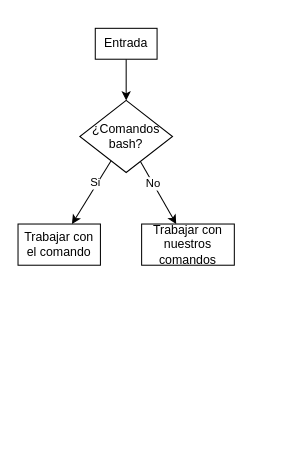
This is diagrams.drawio from alejocp00/Shell, a draw.io file, before an edit. Source tidied: cells renumbered, new cells numbered last; positions are measured from the earlier drawing's top-left corner, leaving out a move shared by most shapes. Both pictures are drawn from the tidied source at 103%, with x=0, y=0 at pixel (18, 28).
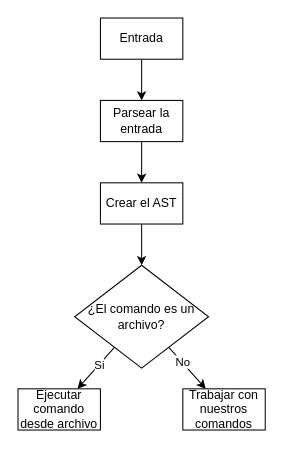
After the change.

Commit message:
Puesto el AST en el flujo

Diff of the diagram source:
```diff
@@
 <mxGraphModel>
   <root>
     <mxCell id="0" />
     <mxCell id="1" parent="0" />
-    <mxCell id="2" style="edgeStyle=none;html=1;" parent="1" edge="1" source="3" target="8">
+    <mxCell id="2" style="edgeStyle=none;html=1;" parent="1" edge="1" source="3" target="12">
       <mxGeometry relative="1" as="geometry" />
     </mxCell>
     <mxCell id="3" value="Entrada" style="rounded=0;whiteSpace=wrap;html=1;" parent="1" vertex="1">
-      <mxGeometry x="75" width="60" height="30" as="geometry" />
+      <mxGeometry x="80" y="-10" width="80" height="40" as="geometry" />
     </mxCell>
     <mxCell id="4" style="edgeStyle=none;html=1;" parent="1" edge="1" source="8" target="9">
       <mxGeometry relative="1" as="geometry" />
     </mxCell>
     <mxCell id="5" value="Si" style="edgeLabel;html=1;align=center;verticalAlign=middle;" parent="4" vertex="1">
       <mxGeometry x="-0.49" relative="1" as="geometry">
         <mxPoint x="-6" y="6" as="offset" />
       </mxGeometry>
     </mxCell>
     <mxCell id="6" style="edgeStyle=none;html=1;" parent="1" edge="1" source="8" target="10">
       <mxGeometry relative="1" as="geometry" />
     </mxCell>
     <mxCell id="7" value="No" style="edgeLabel;html=1;align=center;verticalAlign=middle;" parent="6" vertex="1">
       <mxGeometry x="-0.3" relative="1" as="geometry" />
     </mxCell>
-    <mxCell id="8" value="¿Comandos bash?" style="rhombus;whiteSpace=wrap;html=1;rounded=0;" parent="1" vertex="1">
-      <mxGeometry x="60" y="70" width="90" height="70" as="geometry" />
+    <mxCell id="8" value="¿El comando es un archivo?" style="rhombus;whiteSpace=wrap;html=1;rounded=0;" parent="1" vertex="1">
+      <mxGeometry x="55" y="230" width="130" height="100" as="geometry" />
     </mxCell>
-    <mxCell id="9" value="Trabajar con el comando" style="whiteSpace=wrap;html=1;rounded=0;" parent="1" vertex="1">
-      <mxGeometry y="190" width="80" height="40" as="geometry" />
+    <mxCell id="9" value="Ejecutar comando desde archivo" style="whiteSpace=wrap;html=1;rounded=0;" parent="1" vertex="1">
+      <mxGeometry y="350" width="80" height="40" as="geometry" />
     </mxCell>
     <mxCell id="10" value="Trabajar con nuestros comandos" style="rounded=0;whiteSpace=wrap;html=1;" parent="1" vertex="1">
-      <mxGeometry x="120" y="190" width="90" height="40" as="geometry" />
+      <mxGeometry x="160" y="350" width="80" height="40" as="geometry" />
     </mxCell>
+    <mxCell id="11" style="edgeStyle=none;html=1;" parent="1" edge="1" source="12" target="14">
+      <mxGeometry relative="1" as="geometry" />
+    </mxCell>
+    <mxCell id="12" value="Parsear la entrada" style="rounded=0;whiteSpace=wrap;html=1;" parent="1" vertex="1">
+      <mxGeometry x="80" y="70" width="80" height="40" as="geometry" />
+    </mxCell>
+    <mxCell id="13" style="edgeStyle=none;html=1;" parent="1" edge="1" source="14" target="8">
+      <mxGeometry relative="1" as="geometry" />
+    </mxCell>
+    <mxCell id="14" value="Crear el AST" style="rounded=0;whiteSpace=wrap;html=1;" parent="1" vertex="1">
+      <mxGeometry x="80" y="150" width="80" height="40" as="geometry" />
+    </mxCell>
   </root>
 </mxGraphModel>
```
